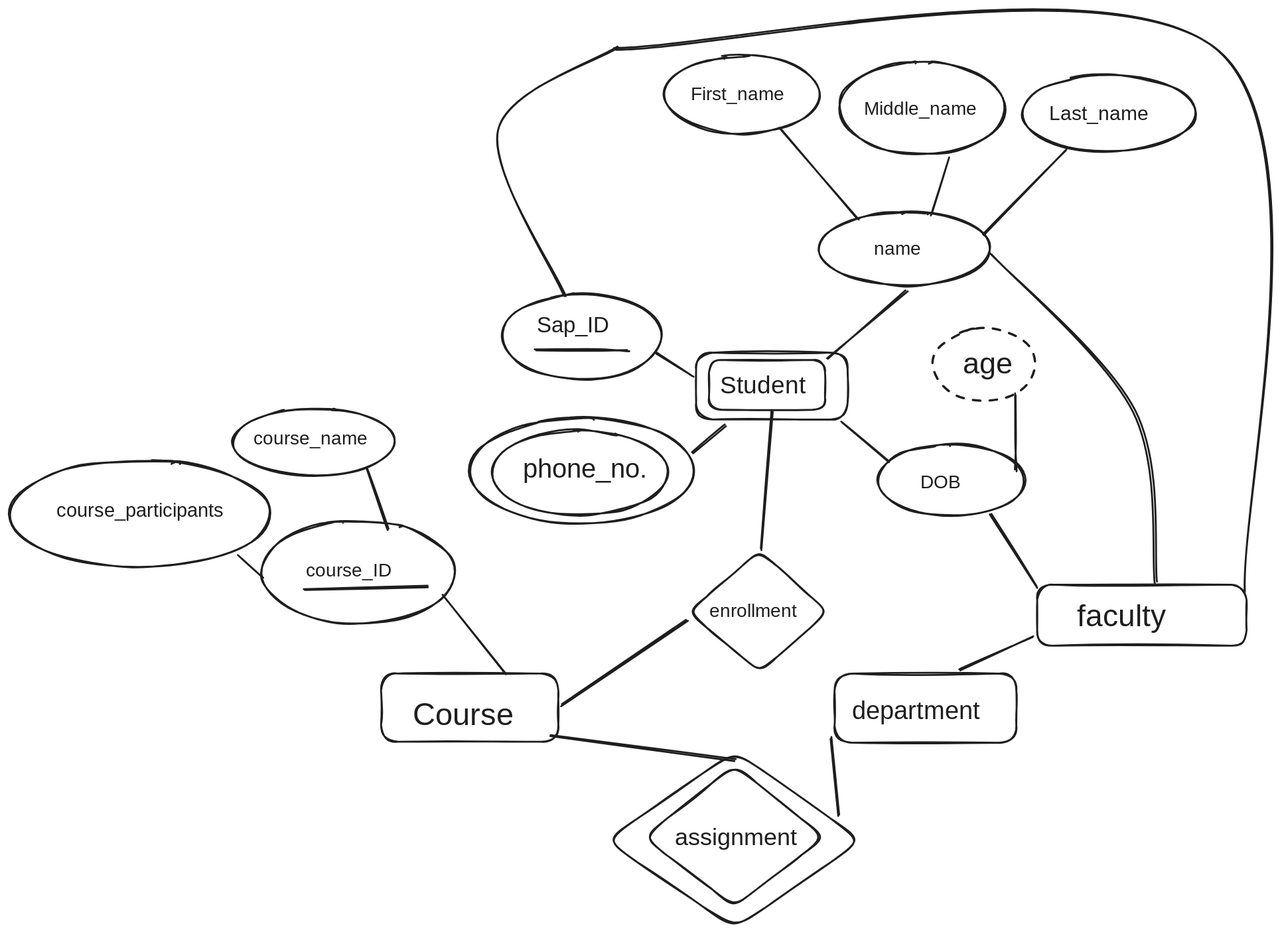
Above: Notes Factory/Semister 3/Rough Work/t1.excalidraw.svg in P7XCKD/NF (Excalidraw), before the change. Source tidied: one line per element, renumbered; positions are measured from the earlier drawing's top-left corner, leaving out a move shared by most shapes.
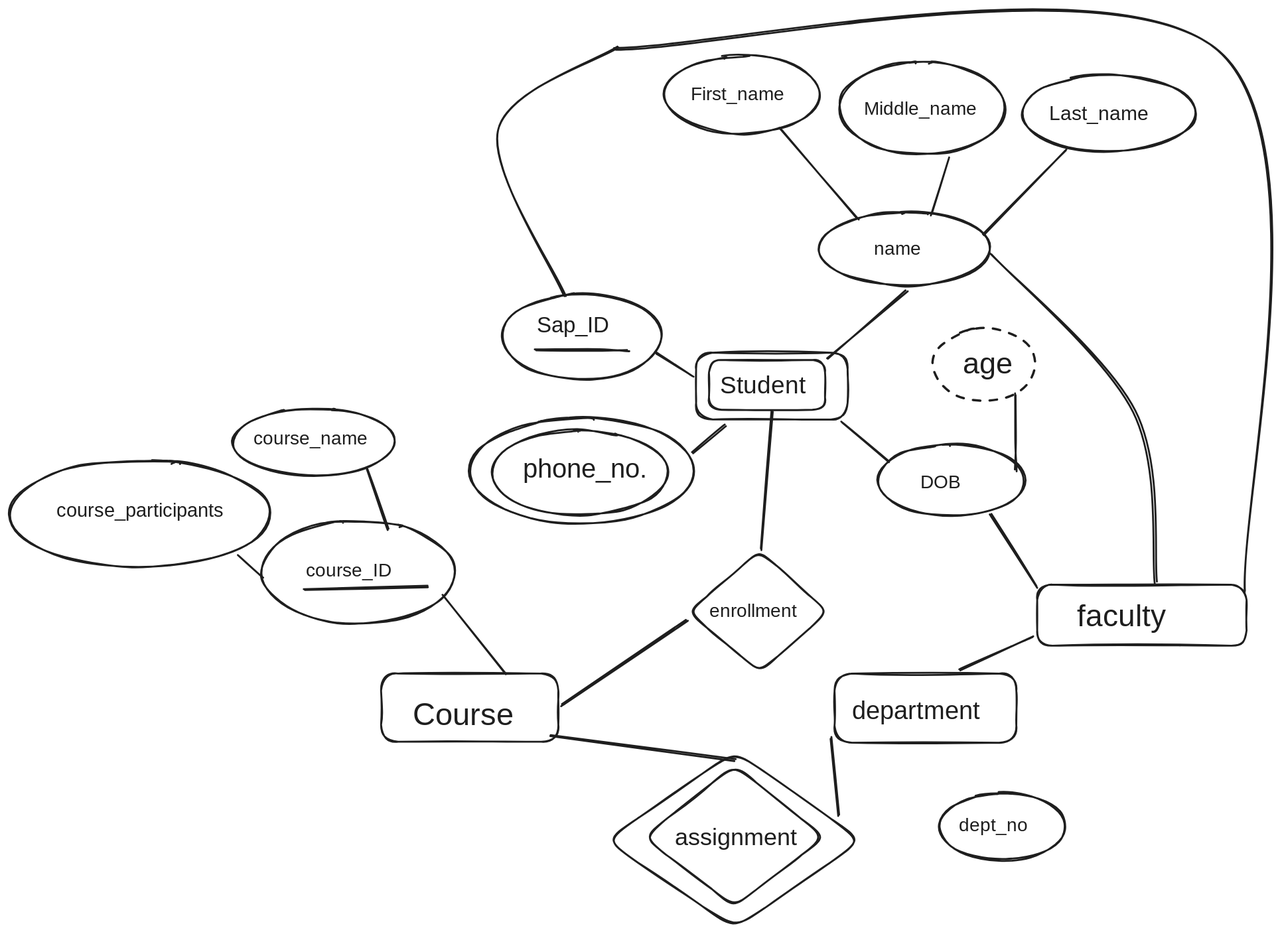
Later version of the same file.

The edit, as a diff of the source:
```diff
@@ -57,3 +57,5 @@
 {"id": 56, "type": "line", "strokeColor": "#1e1e1e", "strokeWidth": 2, "roughness": 1, "round": true, "x": 1056, "y": 502, "width": 50, "height": 80, "points": [[0, 0], [50, 80]]}
 {"id": 57, "type": "line", "strokeColor": "#1e1e1e", "strokeWidth": 2, "roughness": 1, "round": true, "x": 652, "y": 2, "width": 677, "height": 584, "points": [[0, 0], [650, 1], [677, 584]]}
 {"id": 58, "type": "line", "strokeColor": "#1e1e1e", "strokeWidth": 2, "roughness": 1, "round": true, "x": 655, "y": 0, "width": 130, "height": 267, "points": [[0, 0], [-130, 88], [-58, 267]]}
+{"id": 59, "type": "ellipse", "strokeColor": "#1e1e1e", "strokeWidth": 2, "roughness": 1, "round": true, "x": 1001, "y": 803, "width": 137, "height": 72}
+{"id": 60, "type": "text", "text": "dept_no", "strokeColor": "#1e1e1e", "strokeWidth": 2, "roughness": 1, "fontSize": 20, "fontFamily": 1, "x": 1022, "y": 826, "width": 80, "height": 25}
```
